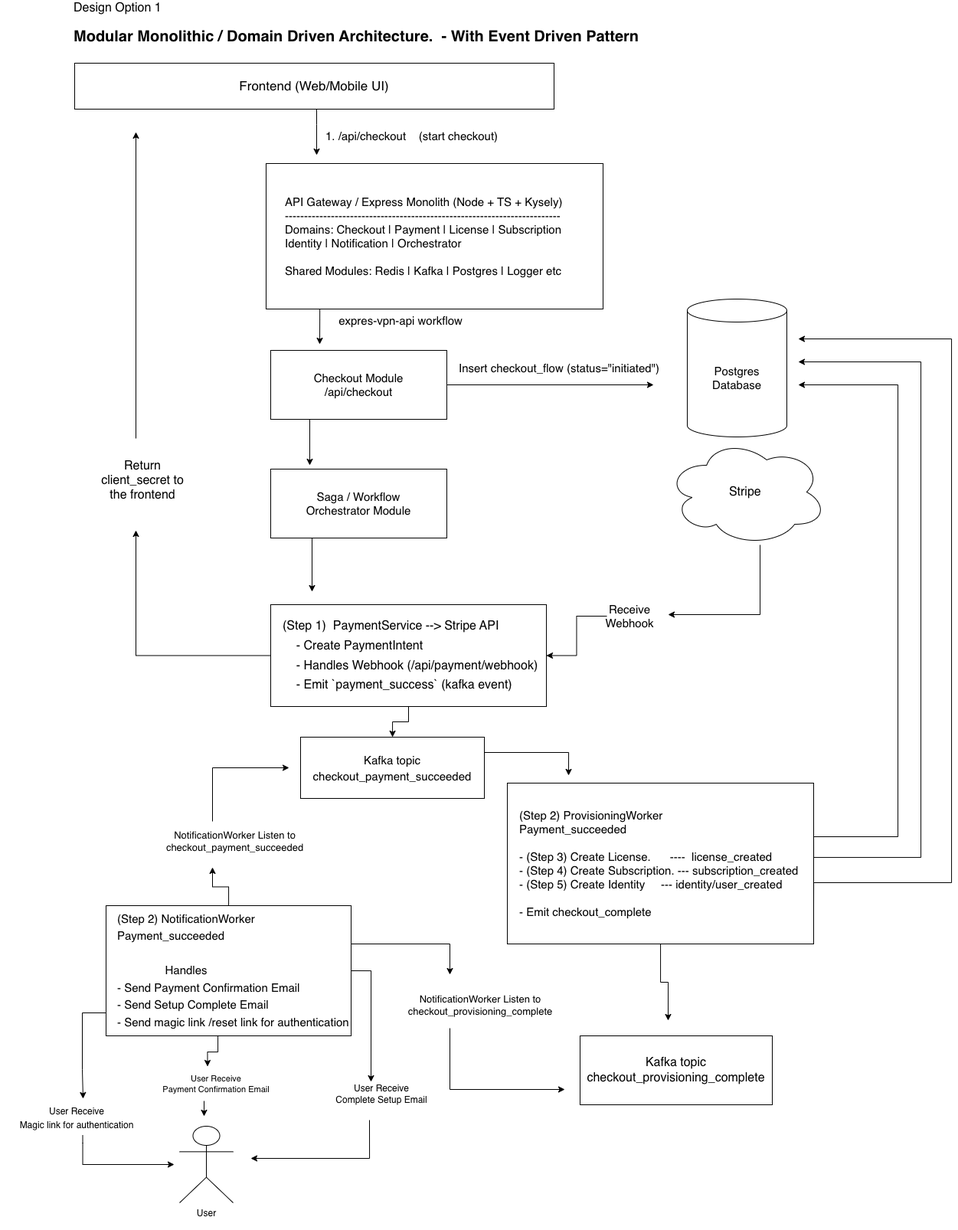
lakeside763/vpn-checkout-flow keeps this draw.io diagram as express-vpn-design-1.drawio.png. Above is the earlier version. Source tidied: cells renumbered, new cells last; positions are measured from the earlier drawing's top-left corner, leaving out a move shared by most shapes.
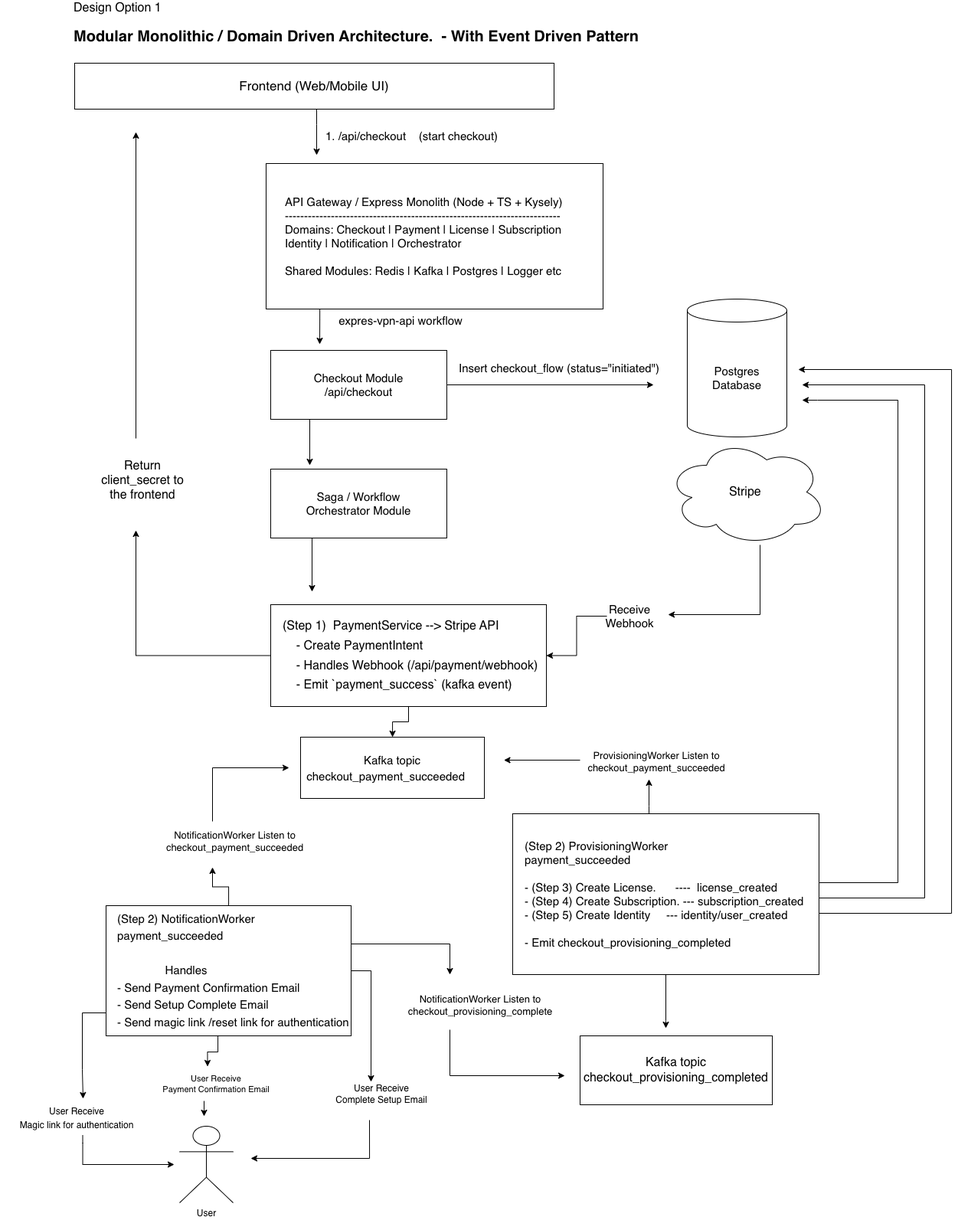
The same diagram one commit later.

Commit message:
chore: update system design diagram

Diff of the diagram source:
```diff
@@ -101,15 +101,7 @@
     <mxCell id="25" value="&lt;div style=&quot;line-height: 160%;&quot;&gt;&lt;font style=&quot;font-size: 16px; line-height: 160%;&quot;&gt;(Step 1)&amp;nbsp; PaymentService --&amp;gt; Stripe API&lt;br&gt;&amp;nbsp; &amp;nbsp; - Create PaymentIntent&lt;/font&gt;&lt;div&gt;&lt;font style=&quot;font-size: 16px; line-height: 160%;&quot;&gt;&amp;nbsp; &amp;nbsp; - Handles Webhook (/api/payment/webhook)&lt;br&gt;&amp;nbsp; &amp;nbsp; - Emit `payment_success` (kafka event)&lt;/font&gt;&lt;/div&gt;&lt;/div&gt;" style="rounded=0;whiteSpace=wrap;html=1;align=left;spacingLeft=14;" parent="1" vertex="1">
       <mxGeometry x="353" y="787" width="360" height="133" as="geometry" />
     </mxCell>
-    <mxCell id="26" style="edgeStyle=orthogonalEdgeStyle;rounded=0;jettySize=auto;html=1;" parent="1" edge="1" source="27">
-      <mxGeometry relative="1" as="geometry">
-        <mxPoint x="742" y="1010" as="targetPoint" />
-        <Array as="points">
-          <mxPoint x="742" y="980" />
-        </Array>
-      </mxGeometry>
-    </mxCell>
-    <mxCell id="27" value="&lt;font style=&quot;font-size: 15px; line-height: 140%;&quot;&gt;Kafka topic&lt;br&gt;checkout_payment_succeeded&lt;/font&gt;" style="rounded=0;whiteSpace=wrap;html=1;" parent="1" vertex="1">
+    <mxCell id="27" value="&lt;font style=&quot;font-size: 15px; line-height: 140%;&quot;&gt;Kafka topic&lt;br&gt;checkout_payment_succeeded&amp;nbsp; &amp;nbsp;&amp;nbsp;&lt;/font&gt;" style="rounded=0;whiteSpace=wrap;html=1;" parent="1" vertex="1">
       <mxGeometry x="392" y="960" width="240" height="80" as="geometry" />
     </mxCell>
     <mxCell id="28" style="edgeStyle=orthogonalEdgeStyle;rounded=0;orthogonalLoop=1;jettySize=auto;html=1;" parent="1" edge="1">
@@ -169,52 +161,61 @@
         </Array>
       </mxGeometry>
     </mxCell>
-    <mxCell id="35" value="&lt;font style=&quot;font-size: 15px; line-height: 150%;&quot;&gt;(Step 2) NotificationWorker&lt;br&gt;Payment_succeeded&lt;br&gt;&lt;br&gt;&amp;nbsp; &amp;nbsp; &amp;nbsp; &amp;nbsp; &amp;nbsp; &amp;nbsp; &amp;nbsp; &amp;nbsp;Handles&lt;br&gt;- Send Payment Confirmation Email&lt;br&gt;- Send Setup Complete Email&lt;/font&gt;&lt;div&gt;&lt;font style=&quot;font-size: 15px; line-height: 150%;&quot;&gt;- Send magic link /reset link for authentication&lt;/font&gt;&lt;/div&gt;" style="rounded=0;whiteSpace=wrap;html=1;align=left;spacingLeft=13;" parent="1" vertex="1">
+    <mxCell id="35" value="&lt;font style=&quot;font-size: 15px; line-height: 150%;&quot;&gt;(Step 2) NotificationWorker&lt;br&gt;payment_succeeded&lt;br&gt;&lt;br&gt;&amp;nbsp; &amp;nbsp; &amp;nbsp; &amp;nbsp; &amp;nbsp; &amp;nbsp; &amp;nbsp; &amp;nbsp;Handles&lt;br&gt;- Send Payment Confirmation Email&lt;br&gt;- Send Setup Complete Email&lt;/font&gt;&lt;div&gt;&lt;font style=&quot;font-size: 15px; line-height: 150%;&quot;&gt;- Send magic link /reset link for authentication&lt;/font&gt;&lt;/div&gt;" style="rounded=0;whiteSpace=wrap;html=1;align=left;spacingLeft=13;" parent="1" vertex="1">
       <mxGeometry x="138" y="1180" width="320" height="170" as="geometry" />
     </mxCell>
     <mxCell id="36" style="edgeStyle=orthogonalEdgeStyle;rounded=0;jettySize=auto;html=1;" parent="1" edge="1" source="40">
       <mxGeometry relative="1" as="geometry">
-        <mxPoint x="1042" y="500" as="targetPoint" />
+        <mxPoint x="1047" y="520" as="targetPoint" />
         <Array as="points">
-          <mxPoint x="1172" y="1090" />
-          <mxPoint x="1172" y="500" />
+          <mxPoint x="1172" y="1150" />
+          <mxPoint x="1172" y="520" />
+          <mxPoint x="1067" y="520" />
         </Array>
       </mxGeometry>
     </mxCell>
     <mxCell id="37" style="edgeStyle=orthogonalEdgeStyle;rounded=0;jettySize=auto;html=1;" parent="1" edge="1" source="40">
       <mxGeometry relative="1" as="geometry">
-        <mxPoint x="872" y="1330" as="targetPoint" />
+        <mxPoint x="869" y="1340" as="targetPoint" />
+        <Array as="points">
+          <mxPoint x="869" y="1330" />
+        </Array>
       </mxGeometry>
     </mxCell>
-    <mxCell id="38" style="edgeStyle=orthogonalEdgeStyle;rounded=0;orthogonalLoop=1;jettySize=auto;html=1;" parent="1" edge="1">
-      <mxGeometry relative="1" as="geometry">
-        <mxPoint x="1062" y="1070" as="sourcePoint" />
-        <mxPoint x="1042" y="470" as="targetPoint" />
-        <Array as="points">
-          <mxPoint x="1062" y="1117" />
-          <mxPoint x="1202" y="1117" />
-          <mxPoint x="1202" y="470" />
-        </Array>
-      </mxGeometry>
-    </mxCell>
     <mxCell id="39" style="edgeStyle=orthogonalEdgeStyle;rounded=0;orthogonalLoop=1;jettySize=auto;html=1;" parent="1" edge="1">
       <mxGeometry relative="1" as="geometry">
-        <mxPoint x="1062" y="1182" as="sourcePoint" />
-        <mxPoint x="1042" y="440" as="targetPoint" />
+        <mxPoint x="1047" y="1190" as="sourcePoint" />
+        <mxPoint x="1042" y="480" as="targetPoint" />
         <Array as="points">
-          <mxPoint x="1062" y="1150" />
-          <mxPoint x="1242" y="1150" />
-          <mxPoint x="1242" y="440" />
+          <mxPoint x="1242" y="1190" />
+          <mxPoint x="1242" y="480" />
         </Array>
       </mxGeometry>
     </mxCell>
+    <mxCell id="53" style="edgeStyle=orthogonalEdgeStyle;rounded=0;jettySize=auto;html=1;" parent="1" edge="1" source="40">
+      <mxGeometry relative="1" as="geometry">
+        <mxPoint x="1047" y="500" as="targetPoint" />
+        <Array as="points">
+          <mxPoint x="1207" y="1170" />
+          <mxPoint x="1207" y="500" />
+        </Array>
+      </mxGeometry>
+    </mxCell>
+    <mxCell id="54" style="edgeStyle=orthogonalEdgeStyle;rounded=0;jettySize=auto;html=1;" parent="1" edge="1" source="40" target="56">
+      <mxGeometry relative="1" as="geometry">
+        <Array as="points">
+          <mxPoint x="847" y="1050" />
+          <mxPoint x="847" y="1050" />
+        </Array>
+      </mxGeometry>
+    </mxCell>
-    <mxCell id="40" value="(Step 2) ProvisioningWorker&lt;br&gt;Payment_succeeded&lt;div&gt;&lt;br&gt;&lt;/div&gt;&lt;div&gt;- (Step 3) Create License.&amp;nbsp; &amp;nbsp; &amp;nbsp; ----&amp;nbsp; license_created&lt;br&gt;- (Step 4) Create Subscription. --- subscription_created&lt;br&gt;- (Step 5) Create Identity&amp;nbsp; &amp;nbsp; &amp;nbsp;--- identity/user_created&lt;br&gt;&lt;br&gt;- Emit checkout_complete&lt;/div&gt;" style="rounded=0;whiteSpace=wrap;html=1;align=left;spacingLeft=14;fontSize=15;" parent="1" vertex="1">
-      <mxGeometry x="662" y="1020" width="400" height="210" as="geometry" />
+    <mxCell id="40" value="(Step 2) ProvisioningWorker&lt;br&gt;payment_succeeded&lt;div&gt;&lt;br&gt;&lt;/div&gt;&lt;div&gt;- (Step 3) Create License.&amp;nbsp; &amp;nbsp; &amp;nbsp; ----&amp;nbsp; license_created&lt;br&gt;- (Step 4) Create Subscription. --- subscription_created&lt;br&gt;- (Step 5) Create Identity&amp;nbsp; &amp;nbsp; &amp;nbsp;--- identity/user_created&lt;br&gt;&lt;br&gt;- Emit checkout_provisioning_completed&lt;/div&gt;" style="rounded=0;whiteSpace=wrap;html=1;align=left;spacingLeft=14;fontSize=15;" parent="1" vertex="1">
+      <mxGeometry x="669" y="1060" width="400" height="210" as="geometry" />
     </mxCell>
     <mxCell id="41" value="User&lt;div&gt;&lt;br&gt;&lt;/div&gt;" style="shape=umlActor;verticalLabelPosition=bottom;verticalAlign=top;html=1;" parent="1" vertex="1">
       <mxGeometry x="234" y="1468" width="70" height="100" as="geometry" />
     </mxCell>
-    <mxCell id="42" value="&lt;font style=&quot;font-size: 16px;&quot;&gt;Kafka topic&lt;br&gt;checkout_provisioning_complete&lt;/font&gt;" style="rounded=0;whiteSpace=wrap;html=1;" parent="1" vertex="1">
+    <mxCell id="42" value="&lt;font style=&quot;font-size: 16px;&quot;&gt;Kafka topic&lt;br&gt;checkout_provisioning_completed&lt;/font&gt;" style="rounded=0;whiteSpace=wrap;html=1;" parent="1" vertex="1">
       <mxGeometry x="757" y="1350" width="251" height="90" as="geometry" />
     </mxCell>
     <mxCell id="43" style="edgeStyle=orthogonalEdgeStyle;rounded=0;orthogonalLoop=1;jettySize=auto;html=1;" parent="1" edge="1">
@@ -250,11 +251,12 @@
     <mxCell id="48" value="NotificationWorker Listen to checkout_payment_succeeded&lt;div&gt;&lt;br&gt;&lt;/div&gt;" style="text;html=1;whiteSpace=wrap;strokeColor=none;fillColor=none;align=center;verticalAlign=middle;rounded=0;fontSize=13;" parent="1" vertex="1">
       <mxGeometry x="246" y="1089" width="121" height="30" as="geometry" />
     </mxCell>
-    <mxCell id="49" style="edgeStyle=orthogonalEdgeStyle;rounded=0;jettySize=auto;html=1;" parent="1" edge="1" source="50">
+    <mxCell id="49" style="edgeStyle=orthogonalEdgeStyle;rounded=0;orthogonalLoop=1;jettySize=auto;html=1;" parent="1" edge="1">
       <mxGeometry relative="1" as="geometry">
-        <mxPoint x="737" y="1420" as="targetPoint" />
+        <mxPoint x="587" y="1342" as="sourcePoint" />
+        <mxPoint x="737" y="1402" as="targetPoint" />
         <Array as="points">
-          <mxPoint x="587" y="1420" />
+          <mxPoint x="587" y="1402" />
         </Array>
       </mxGeometry>
     </mxCell>
@@ -274,5 +276,14 @@
     <mxCell id="52" value="&lt;font style=&quot;font-size: 12px;&quot;&gt;User Receive&lt;br&gt;Magic link for authentication&lt;/font&gt;" style="text;html=1;whiteSpace=wrap;strokeColor=none;fillColor=none;align=center;verticalAlign=middle;rounded=0;fontSize=15;" parent="1" vertex="1">
       <mxGeometry y="1441" width="200" height="30" as="geometry" />
     </mxCell>
+    <mxCell id="55" style="edgeStyle=orthogonalEdgeStyle;rounded=0;orthogonalLoop=1;jettySize=auto;html=1;" parent="1" edge="1">
+      <mxGeometry relative="1" as="geometry">
+        <mxPoint x="757" y="990" as="sourcePoint" />
+        <mxPoint x="657.5" y="990" as="targetPoint" />
+      </mxGeometry>
+    </mxCell>
+    <mxCell id="56" value="ProvisioningWorker Listen to checkout_payment_succeeded&lt;div&gt;&lt;br&gt;&lt;/div&gt;" style="text;html=1;whiteSpace=wrap;strokeColor=none;fillColor=none;align=center;verticalAlign=middle;rounded=0;fontSize=13;" parent="1" vertex="1">
+      <mxGeometry x="767" y="985" width="180" height="30" as="geometry" />
+    </mxCell>
   </root>
 </mxGraphModel>
```
